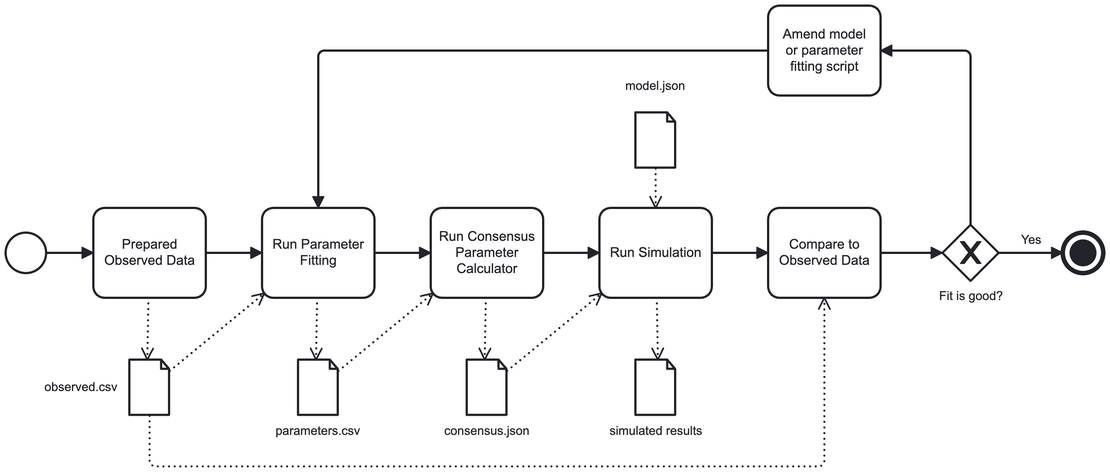
This is docs/images/parameter-fitting.png from davewalker5/OdeSolver, a BPMN export, as it was before one commit. Its source is kept beside it as docs/images/parameter-fitting.bpmn. Ids are renumbered. Source of this version:
```xml
<bpmn:definitions xmlns:bpmn="http://www.omg.org/spec/BPMN/20100524/MODEL" xmlns:bpmndi="http://www.omg.org/spec/BPMN/20100524/DI" xmlns:dc="http://www.omg.org/spec/DD/20100524/DC" xmlns:di="http://www.omg.org/spec/DD/20100524/DI" xmlns:modeler="http://camunda.org/schema/modeler/1.0" id="Definitions_n1" targetNamespace="http://bpmn.io/schema/bpmn" exporter="Camunda Modeler" exporterVersion="5.39.0" modeler:executionPlatform="Camunda Cloud" modeler:executionPlatformVersion="8.7.0">
  <bpmn:process id="Process_n2" isExecutable="true">
    <bpmn:startEvent id="StartEvent_1">
      <bpmn:outgoing>Flow_n3</bpmn:outgoing>
    </bpmn:startEvent>
    <bpmn:task id="Activity_n4" name="Prepared Observed Data">
      <bpmn:incoming>Flow_n3</bpmn:incoming>
      <bpmn:outgoing>Flow_n5</bpmn:outgoing>
      <bpmn:dataOutputAssociation id="DataOutputAssociation_n6">
        <bpmn:targetRef>DataObjectReference_n7</bpmn:targetRef>
      </bpmn:dataOutputAssociation>
    </bpmn:task>
    <bpmn:sequenceFlow id="Flow_n3" sourceRef="StartEvent_1" targetRef="Activity_n4" />
    <bpmn:dataObjectReference id="DataObjectReference_n7" name="observed.csv" dataObjectRef="DataObject_n8" />
    <bpmn:dataObject id="DataObject_n8" />
    <bpmn:task id="Activity_n9" name="Run Parameter Fitting">
      <bpmn:incoming>Flow_n5</bpmn:incoming>
      <bpmn:incoming>Flow_n10</bpmn:incoming>
      <bpmn:outgoing>Flow_n11</bpmn:outgoing>
      <bpmn:property id="Property_n12" name="__targetRef_placeholder" />
      <bpmn:dataInputAssociation id="DataInputAssociation_n13">
        <bpmn:sourceRef>DataObjectReference_n7</bpmn:sourceRef>
        <bpmn:targetRef>Property_n12</bpmn:targetRef>
      </bpmn:dataInputAssociation>
      <bpmn:dataOutputAssociation id="DataOutputAssociation_n14">
        <bpmn:targetRef>DataObjectReference_n15</bpmn:targetRef>
      </bpmn:dataOutputAssociation>
    </bpmn:task>
    <bpmn:sequenceFlow id="Flow_n5" sourceRef="Activity_n4" targetRef="Activity_n9" />
    <bpmn:dataObjectReference id="DataObjectReference_n15" name="parameters.csv" dataObjectRef="DataObject_n16" />
    <bpmn:dataObject id="DataObject_n16" />
    <bpmn:task id="Activity_n17" name="Run Consensus Parameter Calculator">
      <bpmn:incoming>Flow_n11</bpmn:incoming>
      <bpmn:outgoing>Flow_n18</bpmn:outgoing>
      <bpmn:property id="Property_n19" name="__targetRef_placeholder" />
      <bpmn:dataInputAssociation id="DataInputAssociation_n20">
        <bpmn:sourceRef>DataObjectReference_n15</bpmn:sourceRef>
        <bpmn:targetRef>Property_n19</bpmn:targetRef>
      </bpmn:dataInputAssociation>
      <bpmn:dataOutputAssociation id="DataOutputAssociation_n21">
        <bpmn:targetRef>DataObjectReference_n22</bpmn:targetRef>
      </bpmn:dataOutputAssociation>
    </bpmn:task>
    <bpmn:sequenceFlow id="Flow_n11" sourceRef="Activity_n9" targetRef="Activity_n17" />
    <bpmn:dataObjectReference id="DataObjectReference_n22" name="consensus.json" dataObjectRef="DataObject_n23" />
    <bpmn:dataObject id="DataObject_n23" />
    <bpmn:task id="Activity_n24" name="Run Simulation">
      <bpmn:incoming>Flow_n18</bpmn:incoming>
      <bpmn:outgoing>Flow_n25</bpmn:outgoing>
      <bpmn:property id="Property_n26" name="__targetRef_placeholder" />
      <bpmn:dataInputAssociation id="DataInputAssociation_n27">
        <bpmn:sourceRef>DataObjectReference_n22</bpmn:sourceRef>
        <bpmn:targetRef>Property_n26</bpmn:targetRef>
      </bpmn:dataInputAssociation>
      <bpmn:dataInputAssociation id="DataInputAssociation_n28">
        <bpmn:sourceRef>DataObjectReference_n29</bpmn:sourceRef>
        <bpmn:targetRef>Property_n26</bpmn:targetRef>
      </bpmn:dataInputAssociation>
      <bpmn:dataOutputAssociation id="DataOutputAssociation_n30">
        <bpmn:targetRef>DataObjectReference_n31</bpmn:targetRef>
      </bpmn:dataOutputAssociation>
    </bpmn:task>
    <bpmn:sequenceFlow id="Flow_n18" sourceRef="Activity_n17" targetRef="Activity_n24" />
    <bpmn:dataObjectReference id="DataObjectReference_n31" name="simulated results" dataObjectRef="DataObject_n32" />
    <bpmn:dataObject id="DataObject_n32" />
    <bpmn:task id="Activity_n33" name="Compare to Observed Data">
      <bpmn:incoming>Flow_n25</bpmn:incoming>
      <bpmn:outgoing>Flow_n34</bpmn:outgoing>
      <bpmn:property id="Property_n35" name="__targetRef_placeholder" />
      <bpmn:dataInputAssociation id="DataInputAssociation_n36">
        <bpmn:sourceRef>DataObjectReference_n7</bpmn:sourceRef>
        <bpmn:targetRef>Property_n35</bpmn:targetRef>
      </bpmn:dataInputAssociation>
    </bpmn:task>
    <bpmn:sequenceFlow id="Flow_n25" sourceRef="Activity_n24" targetRef="Activity_n33" />
    <bpmn:exclusiveGateway id="Gateway_n37" name="Fit is good?">
      <bpmn:incoming>Flow_n34</bpmn:incoming>
      <bpmn:outgoing>Flow_n38</bpmn:outgoing>
      <bpmn:outgoing>Flow_n39</bpmn:outgoing>
    </bpmn:exclusiveGateway>
    <bpmn:sequenceFlow id="Flow_n34" sourceRef="Activity_n33" targetRef="Gateway_n37" />
    <bpmn:sequenceFlow id="Flow_n38" name="Yes" sourceRef="Gateway_n37" targetRef="Event_n40" />
    <bpmn:endEvent id="Event_n40">
      <bpmn:incoming>Flow_n38</bpmn:incoming>
      <bpmn:terminateEventDefinition id="TerminateEventDefinition_n41" />
    </bpmn:endEvent>
    <bpmn:task id="Activity_n42" name="Amend model or parameter fitting script">
      <bpmn:incoming>Flow_n39</bpmn:incoming>
      <bpmn:outgoing>Flow_n10</bpmn:outgoing>
    </bpmn:task>
    <bpmn:sequenceFlow id="Flow_n39" sourceRef="Gateway_n37" targetRef="Activity_n42" />
    <bpmn:sequenceFlow id="Flow_n10" sourceRef="Activity_n42" targetRef="Activity_n9" />
    <bpmn:dataObjectReference id="DataObjectReference_n29" name="model.json" dataObjectRef="DataObject_n43" />
    <bpmn:dataObject id="DataObject_n43" />
  </bpmn:process>
  <bpmndi:BPMNDiagram id="BPMNDiagram_1">
    <bpmndi:BPMNPlane id="BPMNPlane_1" bpmnElement="Process_n2">
      <bpmndi:BPMNShape id="StartEvent_1_di" bpmnElement="StartEvent_1">
        <dc:Bounds x="182" y="282" width="36" height="36" />
      </bpmndi:BPMNShape>
      <bpmndi:BPMNShape id="Activity_n4_di" bpmnElement="Activity_n4">
        <dc:Bounds x="260" y="260" width="100" height="80" />
        <bpmndi:BPMNLabel />
      </bpmndi:BPMNShape>
      <bpmndi:BPMNShape id="DataObjectReference_n7_di" bpmnElement="DataObjectReference_n7">
        <dc:Bounds x="292" y="395" width="36" height="50" />
        <bpmndi:BPMNLabel>
          <dc:Bounds x="216.5" y="413" width="65" height="14" />
        </bpmndi:BPMNLabel>
      </bpmndi:BPMNShape>
      <bpmndi:BPMNShape id="Activity_n9_di" bpmnElement="Activity_n9">
        <dc:Bounds x="410" y="260" width="100" height="80" />
        <bpmndi:BPMNLabel />
      </bpmndi:BPMNShape>
      <bpmndi:BPMNShape id="DataObjectReference_n15_di" bpmnElement="DataObjectReference_n15">
        <dc:Bounds x="442" y="395" width="36" height="50" />
        <bpmndi:BPMNLabel>
          <dc:Bounds x="422" y="452" width="76" height="14" />
        </bpmndi:BPMNLabel>
      </bpmndi:BPMNShape>
      <bpmndi:BPMNShape id="Activity_n17_di" bpmnElement="Activity_n17">
        <dc:Bounds x="560" y="260" width="100" height="80" />
        <bpmndi:BPMNLabel />
      </bpmndi:BPMNShape>
      <bpmndi:BPMNShape id="DataObjectReference_n22_di" bpmnElement="DataObjectReference_n22">
        <dc:Bounds x="592" y="395" width="36" height="50" />
        <bpmndi:BPMNLabel>
          <dc:Bounds x="572" y="452" width="76" height="14" />
        </bpmndi:BPMNLabel>
      </bpmndi:BPMNShape>
      <bpmndi:BPMNShape id="Activity_n24_di" bpmnElement="Activity_n24">
        <dc:Bounds x="710" y="260" width="100" height="80" />
        <bpmndi:BPMNLabel />
      </bpmndi:BPMNShape>
      <bpmndi:BPMNShape id="DataObjectReference_n31_di" bpmnElement="DataObjectReference_n31">
        <dc:Bounds x="742" y="395" width="36" height="50" />
        <bpmndi:BPMNLabel>
          <dc:Bounds x="719" y="452" width="83" height="14" />
        </bpmndi:BPMNLabel>
      </bpmndi:BPMNShape>
      <bpmndi:BPMNShape id="Activity_n33_di" bpmnElement="Activity_n33">
        <dc:Bounds x="860" y="260" width="100" height="80" />
        <bpmndi:BPMNLabel />
      </bpmndi:BPMNShape>
      <bpmndi:BPMNShape id="Gateway_n37_di" bpmnElement="Gateway_n37" isMarkerVisible="true">
        <dc:Bounds x="1015" y="275" width="50" height="50" />
        <bpmndi:BPMNLabel>
          <dc:Bounds x="1012" y="332" width="57" height="14" />
        </bpmndi:BPMNLabel>
      </bpmndi:BPMNShape>
      <bpmndi:BPMNShape id="Event_0ka35gp_di" bpmnElement="Event_n40">
        <dc:Bounds x="1122" y="282" width="36" height="36" />
      </bpmndi:BPMNShape>
      <bpmndi:BPMNShape id="DataObjectReference_n29_di" bpmnElement="DataObjectReference_n29">
        <dc:Bounds x="742" y="175" width="36" height="50" />
        <bpmndi:BPMNLabel>
          <dc:Bounds x="733" y="145" width="54" height="14" />
        </bpmndi:BPMNLabel>
      </bpmndi:BPMNShape>
      <bpmndi:BPMNShape id="Activity_n42_di" bpmnElement="Activity_n42">
        <dc:Bounds x="860" y="80" width="100" height="80" />
        <bpmndi:BPMNLabel />
      </bpmndi:BPMNShape>
      <bpmndi:BPMNEdge id="Flow_n3_di" bpmnElement="Flow_n3">
        <di:waypoint x="218" y="300" />
        <di:waypoint x="260" y="300" />
      </bpmndi:BPMNEdge>
      <bpmndi:BPMNEdge id="DataOutputAssociation_n6_di" bpmnElement="DataOutputAssociation_n6">
        <di:waypoint x="309" y="340" />
        <di:waypoint x="308" y="395" />
      </bpmndi:BPMNEdge>
      <bpmndi:BPMNEdge id="Flow_n5_di" bpmnElement="Flow_n5">
        <di:waypoint x="360" y="300" />
        <di:waypoint x="410" y="300" />
      </bpmndi:BPMNEdge>
      <bpmndi:BPMNEdge id="DataInputAssociation_n13_di" bpmnElement="DataInputAssociation_n13">
        <di:waypoint x="328" y="405" />
        <di:waypoint x="412" y="336" />
      </bpmndi:BPMNEdge>
      <bpmndi:BPMNEdge id="DataOutputAssociation_n14_di" bpmnElement="DataOutputAssociation_n14">
        <di:waypoint x="459" y="340" />
        <di:waypoint x="458" y="395" />
      </bpmndi:BPMNEdge>
      <bpmndi:BPMNEdge id="Flow_n11_di" bpmnElement="Flow_n11">
        <di:waypoint x="510" y="300" />
        <di:waypoint x="560" y="300" />
      </bpmndi:BPMNEdge>
      <bpmndi:BPMNEdge id="DataInputAssociation_n20_di" bpmnElement="DataInputAssociation_n20">
        <di:waypoint x="478" y="405" />
        <di:waypoint x="562" y="336" />
      </bpmndi:BPMNEdge>
      <bpmndi:BPMNEdge id="DataOutputAssociation_n21_di" bpmnElement="DataOutputAssociation_n21">
        <di:waypoint x="609" y="340" />
        <di:waypoint x="608" y="395" />
      </bpmndi:BPMNEdge>
      <bpmndi:BPMNEdge id="Flow_n18_di" bpmnElement="Flow_n18">
        <di:waypoint x="660" y="300" />
        <di:waypoint x="710" y="300" />
      </bpmndi:BPMNEdge>
      <bpmndi:BPMNEdge id="DataOutputAssociation_n30_di" bpmnElement="DataOutputAssociation_n30">
        <di:waypoint x="761" y="340" />
        <di:waypoint x="762" y="395" />
      </bpmndi:BPMNEdge>
      <bpmndi:BPMNEdge id="Flow_n25_di" bpmnElement="Flow_n25">
        <di:waypoint x="810" y="300" />
        <di:waypoint x="860" y="300" />
      </bpmndi:BPMNEdge>
      <bpmndi:BPMNEdge id="Flow_n34_di" bpmnElement="Flow_n34">
        <di:waypoint x="960" y="300" />
        <di:waypoint x="1015" y="300" />
      </bpmndi:BPMNEdge>
      <bpmndi:BPMNEdge id="Flow_n38_di" bpmnElement="Flow_n38">
        <di:waypoint x="1065" y="300" />
        <di:waypoint x="1122" y="300" />
        <bpmndi:BPMNLabel>
          <dc:Bounds x="1085" y="282" width="18" height="14" />
        </bpmndi:BPMNLabel>
      </bpmndi:BPMNEdge>
      <bpmndi:BPMNEdge id="Flow_n39_di" bpmnElement="Flow_n39">
        <di:waypoint x="1040" y="275" />
        <di:waypoint x="1040" y="120" />
        <di:waypoint x="960" y="120" />
      </bpmndi:BPMNEdge>
      <bpmndi:BPMNEdge id="Flow_n10_di" bpmnElement="Flow_n10">
        <di:waypoint x="860" y="120" />
        <di:waypoint x="460" y="120" />
        <di:waypoint x="460" y="260" />
      </bpmndi:BPMNEdge>
      <bpmndi:BPMNEdge id="DataInputAssociation_n36_di" bpmnElement="DataInputAssociation_n36">
        <di:waypoint x="310" y="445" />
        <di:waypoint x="310" y="490" />
        <di:waypoint x="910" y="490" />
        <di:waypoint x="910" y="340" />
      </bpmndi:BPMNEdge>
      <bpmndi:BPMNEdge id="DataInputAssociation_n27_di" bpmnElement="DataInputAssociation_n27">
        <di:waypoint x="628" y="405" />
        <di:waypoint x="712" y="336" />
      </bpmndi:BPMNEdge>
      <bpmndi:BPMNEdge id="DataInputAssociation_n28_di" bpmnElement="DataInputAssociation_n28">
        <di:waypoint x="760" y="225" />
        <di:waypoint x="760" y="260" />
      </bpmndi:BPMNEdge>
    </bpmndi:BPMNPlane>
  </bpmndi:BPMNDiagram>
</bpmn:definitions>
```
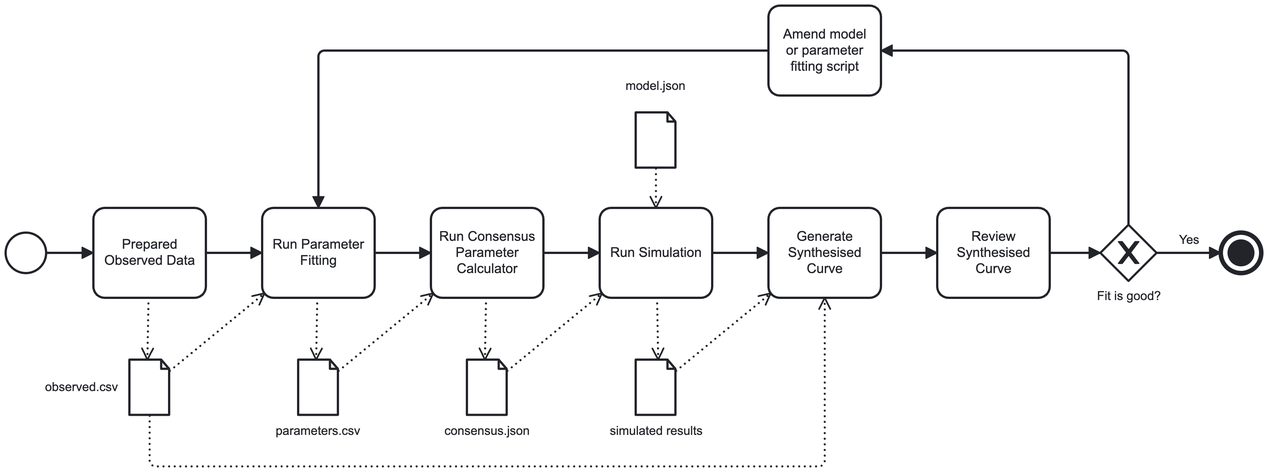
After the commit.

The edit, as a diff of the source:
```diff
@@ -63,22 +63,25 @@
     <bpmn:sequenceFlow id="Flow_n18" sourceRef="Activity_n17" targetRef="Activity_n24" />
     <bpmn:dataObjectReference id="DataObjectReference_n31" name="simulated results" dataObjectRef="DataObject_n32" />
     <bpmn:dataObject id="DataObject_n32" />
-    <bpmn:task id="Activity_n33" name="Compare to Observed Data">
+    <bpmn:task id="Activity_n33" name="Generate Synthesised Curve">
       <bpmn:incoming>Flow_n25</bpmn:incoming>
-      <bpmn:outgoing>Flow_n34</bpmn:outgoing>
+      <bpmn:outgoing>Flow_n44</bpmn:outgoing>
       <bpmn:property id="Property_n35" name="__targetRef_placeholder" />
       <bpmn:dataInputAssociation id="DataInputAssociation_n36">
         <bpmn:sourceRef>DataObjectReference_n7</bpmn:sourceRef>
         <bpmn:targetRef>Property_n35</bpmn:targetRef>
       </bpmn:dataInputAssociation>
+      <bpmn:dataInputAssociation id="DataInputAssociation_n45">
+        <bpmn:sourceRef>DataObjectReference_n31</bpmn:sourceRef>
+        <bpmn:targetRef>Property_n35</bpmn:targetRef>
+      </bpmn:dataInputAssociation>
     </bpmn:task>
     <bpmn:sequenceFlow id="Flow_n25" sourceRef="Activity_n24" targetRef="Activity_n33" />
     <bpmn:exclusiveGateway id="Gateway_n37" name="Fit is good?">
-      <bpmn:incoming>Flow_n34</bpmn:incoming>
+      <bpmn:incoming>Flow_n46</bpmn:incoming>
       <bpmn:outgoing>Flow_n38</bpmn:outgoing>
       <bpmn:outgoing>Flow_n39</bpmn:outgoing>
     </bpmn:exclusiveGateway>
-    <bpmn:sequenceFlow id="Flow_n34" sourceRef="Activity_n33" targetRef="Gateway_n37" />
     <bpmn:sequenceFlow id="Flow_n38" name="Yes" sourceRef="Gateway_n37" targetRef="Event_n40" />
     <bpmn:endEvent id="Event_n40">
       <bpmn:incoming>Flow_n38</bpmn:incoming>
@@ -92,6 +95,12 @@
     <bpmn:sequenceFlow id="Flow_n10" sourceRef="Activity_n42" targetRef="Activity_n9" />
     <bpmn:dataObjectReference id="DataObjectReference_n29" name="model.json" dataObjectRef="DataObject_n43" />
     <bpmn:dataObject id="DataObject_n43" />
+    <bpmn:task id="Activity_n47" name="Review Synthesised Curve">
+      <bpmn:incoming>Flow_n44</bpmn:incoming>
+      <bpmn:outgoing>Flow_n46</bpmn:outgoing>
+    </bpmn:task>
+    <bpmn:sequenceFlow id="Flow_n44" sourceRef="Activity_n33" targetRef="Activity_n47" />
+    <bpmn:sequenceFlow id="Flow_n46" sourceRef="Activity_n47" targetRef="Gateway_n37" />
   </bpmn:process>
   <bpmndi:BPMNDiagram id="BPMNDiagram_1">
     <bpmndi:BPMNPlane id="BPMNPlane_1" bpmnElement="Process_n2">
@@ -142,14 +151,9 @@
         <dc:Bounds x="860" y="260" width="100" height="80" />
         <bpmndi:BPMNLabel />
       </bpmndi:BPMNShape>
-      <bpmndi:BPMNShape id="Gateway_n37_di" bpmnElement="Gateway_n37" isMarkerVisible="true">
-        <dc:Bounds x="1015" y="275" width="50" height="50" />
-        <bpmndi:BPMNLabel>
-          <dc:Bounds x="1012" y="332" width="57" height="14" />
-        </bpmndi:BPMNLabel>
-      </bpmndi:BPMNShape>
-      <bpmndi:BPMNShape id="Event_0ka35gp_di" bpmnElement="Event_n40">
-        <dc:Bounds x="1122" y="282" width="36" height="36" />
+      <bpmndi:BPMNShape id="Activity_n42_di" bpmnElement="Activity_n42">
+        <dc:Bounds x="860" y="80" width="100" height="80" />
+        <bpmndi:BPMNLabel />
       </bpmndi:BPMNShape>
       <bpmndi:BPMNShape id="DataObjectReference_n29_di" bpmnElement="DataObjectReference_n29">
         <dc:Bounds x="742" y="175" width="36" height="50" />
@@ -157,21 +161,26 @@
           <dc:Bounds x="733" y="145" width="54" height="14" />
         </bpmndi:BPMNLabel>
       </bpmndi:BPMNShape>
-      <bpmndi:BPMNShape id="Activity_n42_di" bpmnElement="Activity_n42">
-        <dc:Bounds x="860" y="80" width="100" height="80" />
+      <bpmndi:BPMNShape id="Activity_n47_di" bpmnElement="Activity_n47">
+        <dc:Bounds x="1010" y="260" width="100" height="80" />
         <bpmndi:BPMNLabel />
       </bpmndi:BPMNShape>
-      <bpmndi:BPMNEdge id="Flow_n3_di" bpmnElement="Flow_n3">
-        <di:waypoint x="218" y="300" />
-        <di:waypoint x="260" y="300" />
-      </bpmndi:BPMNEdge>
+      <bpmndi:BPMNShape id="Gateway_n37_di" bpmnElement="Gateway_n37" isMarkerVisible="true">
+        <dc:Bounds x="1155" y="275" width="50" height="50" />
+        <bpmndi:BPMNLabel>
+          <dc:Bounds x="1152" y="332" width="57" height="14" />
+        </bpmndi:BPMNLabel>
+      </bpmndi:BPMNShape>
+      <bpmndi:BPMNShape id="Event_0ka35gp_di" bpmnElement="Event_n40">
+        <dc:Bounds x="1262" y="282" width="36" height="36" />
+      </bpmndi:BPMNShape>
       <bpmndi:BPMNEdge id="DataOutputAssociation_n6_di" bpmnElement="DataOutputAssociation_n6">
         <di:waypoint x="309" y="340" />
         <di:waypoint x="308" y="395" />
       </bpmndi:BPMNEdge>
-      <bpmndi:BPMNEdge id="Flow_n5_di" bpmnElement="Flow_n5">
-        <di:waypoint x="360" y="300" />
-        <di:waypoint x="410" y="300" />
+      <bpmndi:BPMNEdge id="Flow_n3_di" bpmnElement="Flow_n3">
+        <di:waypoint x="218" y="300" />
+        <di:waypoint x="260" y="300" />
       </bpmndi:BPMNEdge>
       <bpmndi:BPMNEdge id="DataInputAssociation_n13_di" bpmnElement="DataInputAssociation_n13">
         <di:waypoint x="328" y="405" />
@@ -181,9 +190,9 @@
         <di:waypoint x="459" y="340" />
         <di:waypoint x="458" y="395" />
       </bpmndi:BPMNEdge>
-      <bpmndi:BPMNEdge id="Flow_n11_di" bpmnElement="Flow_n11">
-        <di:waypoint x="510" y="300" />
-        <di:waypoint x="560" y="300" />
+      <bpmndi:BPMNEdge id="Flow_n5_di" bpmnElement="Flow_n5">
+        <di:waypoint x="360" y="300" />
+        <di:waypoint x="410" y="300" />
       </bpmndi:BPMNEdge>
       <bpmndi:BPMNEdge id="DataInputAssociation_n20_di" bpmnElement="DataInputAssociation_n20">
         <di:waypoint x="478" y="405" />
@@ -193,44 +202,9 @@
         <di:waypoint x="609" y="340" />
         <di:waypoint x="608" y="395" />
       </bpmndi:BPMNEdge>
-      <bpmndi:BPMNEdge id="Flow_n18_di" bpmnElement="Flow_n18">
-        <di:waypoint x="660" y="300" />
-        <di:waypoint x="710" y="300" />
-      </bpmndi:BPMNEdge>
-      <bpmndi:BPMNEdge id="DataOutputAssociation_n30_di" bpmnElement="DataOutputAssociation_n30">
-        <di:waypoint x="761" y="340" />
-        <di:waypoint x="762" y="395" />
-      </bpmndi:BPMNEdge>
-      <bpmndi:BPMNEdge id="Flow_n25_di" bpmnElement="Flow_n25">
-        <di:waypoint x="810" y="300" />
-        <di:waypoint x="860" y="300" />
-      </bpmndi:BPMNEdge>
-      <bpmndi:BPMNEdge id="Flow_n34_di" bpmnElement="Flow_n34">
-        <di:waypoint x="960" y="300" />
-        <di:waypoint x="1015" y="300" />
-      </bpmndi:BPMNEdge>
-      <bpmndi:BPMNEdge id="Flow_n38_di" bpmnElement="Flow_n38">
-        <di:waypoint x="1065" y="300" />
-        <di:waypoint x="1122" y="300" />
-        <bpmndi:BPMNLabel>
-          <dc:Bounds x="1085" y="282" width="18" height="14" />
-        </bpmndi:BPMNLabel>
-      </bpmndi:BPMNEdge>
-      <bpmndi:BPMNEdge id="Flow_n39_di" bpmnElement="Flow_n39">
-        <di:waypoint x="1040" y="275" />
-        <di:waypoint x="1040" y="120" />
-        <di:waypoint x="960" y="120" />
-      </bpmndi:BPMNEdge>
-      <bpmndi:BPMNEdge id="Flow_n10_di" bpmnElement="Flow_n10">
-        <di:waypoint x="860" y="120" />
-        <di:waypoint x="460" y="120" />
-        <di:waypoint x="460" y="260" />
-      </bpmndi:BPMNEdge>
-      <bpmndi:BPMNEdge id="DataInputAssociation_n36_di" bpmnElement="DataInputAssociation_n36">
-        <di:waypoint x="310" y="445" />
-        <di:waypoint x="310" y="490" />
-        <di:waypoint x="910" y="490" />
-        <di:waypoint x="910" y="340" />
+      <bpmndi:BPMNEdge id="Flow_n11_di" bpmnElement="Flow_n11">
+        <di:waypoint x="510" y="300" />
+        <di:waypoint x="560" y="300" />
       </bpmndi:BPMNEdge>
       <bpmndi:BPMNEdge id="DataInputAssociation_n27_di" bpmnElement="DataInputAssociation_n27">
         <di:waypoint x="628" y="405" />
@@ -240,6 +214,53 @@
         <di:waypoint x="760" y="225" />
         <di:waypoint x="760" y="260" />
       </bpmndi:BPMNEdge>
+      <bpmndi:BPMNEdge id="DataOutputAssociation_n30_di" bpmnElement="DataOutputAssociation_n30">
+        <di:waypoint x="761" y="340" />
+        <di:waypoint x="762" y="395" />
+      </bpmndi:BPMNEdge>
+      <bpmndi:BPMNEdge id="Flow_n18_di" bpmnElement="Flow_n18">
+        <di:waypoint x="660" y="300" />
+        <di:waypoint x="710" y="300" />
+      </bpmndi:BPMNEdge>
+      <bpmndi:BPMNEdge id="DataInputAssociation_n36_di" bpmnElement="DataInputAssociation_n36">
+        <di:waypoint x="310" y="445" />
+        <di:waypoint x="310" y="490" />
+        <di:waypoint x="910" y="490" />
+        <di:waypoint x="910" y="340" />
+      </bpmndi:BPMNEdge>
+      <bpmndi:BPMNEdge id="Flow_n25_di" bpmnElement="Flow_n25">
+        <di:waypoint x="810" y="300" />
+        <di:waypoint x="860" y="300" />
+      </bpmndi:BPMNEdge>
+      <bpmndi:BPMNEdge id="Flow_n39_di" bpmnElement="Flow_n39">
+        <di:waypoint x="1180" y="275" />
+        <di:waypoint x="1180" y="120" />
+        <di:waypoint x="960" y="120" />
+      </bpmndi:BPMNEdge>
+      <bpmndi:BPMNEdge id="Flow_n10_di" bpmnElement="Flow_n10">
+        <di:waypoint x="860" y="120" />
+        <di:waypoint x="460" y="120" />
+        <di:waypoint x="460" y="260" />
+      </bpmndi:BPMNEdge>
+      <bpmndi:BPMNEdge id="DataInputAssociation_n45_di" bpmnElement="DataInputAssociation_n45">
+        <di:waypoint x="778" y="405" />
+        <di:waypoint x="862" y="336" />
+      </bpmndi:BPMNEdge>
+      <bpmndi:BPMNEdge id="Flow_n44_di" bpmnElement="Flow_n44">
+        <di:waypoint x="960" y="300" />
+        <di:waypoint x="1010" y="300" />
+      </bpmndi:BPMNEdge>
+      <bpmndi:BPMNEdge id="Flow_n46_di" bpmnElement="Flow_n46">
+        <di:waypoint x="1110" y="300" />
+        <di:waypoint x="1155" y="300" />
+      </bpmndi:BPMNEdge>
+      <bpmndi:BPMNEdge id="Flow_n38_di" bpmnElement="Flow_n38">
+        <di:waypoint x="1205" y="300" />
+        <di:waypoint x="1262" y="300" />
+        <bpmndi:BPMNLabel>
+          <dc:Bounds x="1225" y="282" width="18" height="14" />
+        </bpmndi:BPMNLabel>
+      </bpmndi:BPMNEdge>
     </bpmndi:BPMNPlane>
   </bpmndi:BPMNDiagram>
 </bpmn:definitions>
```
